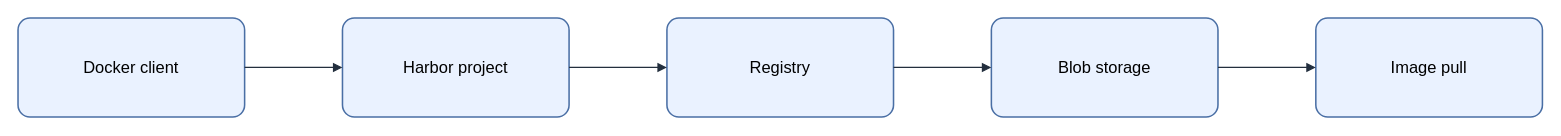
This is assets/img/registry/harbor-image-push-flow.drawio from KKamJi98/kkamji98.github.io, a draw.io file, before an edit. Source tidied: cells renumbered, new cells numbered last; positions are measured from the earlier drawing's top-left corner, leaving out a move shared by most shapes. Both pictures are drawn from the tidied source at 103%, with x=0, y=0 at pixel (18, 18).
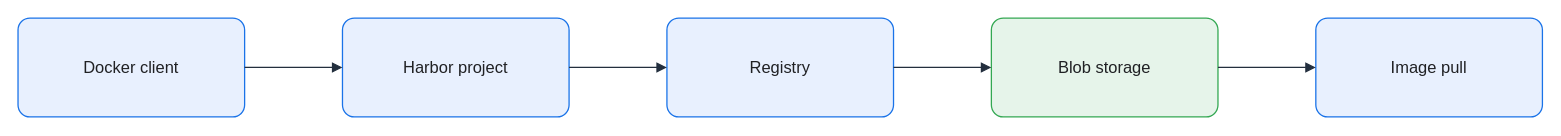
The same diagram, later.

Diff of the diagram source:
```diff
@@
 <mxGraphModel background="#FFFFFF">
   <root>
     <mxCell id="0" />
     <mxCell id="1" parent="0" />
-    <mxCell id="2" value="Docker client" style="rounded=1;arcSize=12;whiteSpace=wrap;html=0;fillColor=#EAF2FF;strokeColor=#4A6FA5;strokeWidth=1.5;fontColor=#000000;fontSize=16;align=center;verticalAlign=middle;spacing=8;shadow=0;" parent="1" vertex="1">
+    <mxCell id="2" value="Docker client" style="rounded=1;arcSize=12;whiteSpace=wrap;html=0;fillColor=#E8F0FE;strokeColor=#1A73E8;strokeWidth=1.25;fontColor=#202124;fontSize=16;align=center;verticalAlign=middle;spacing=8;shadow=0;" parent="1" vertex="1">
       <mxGeometry width="220" height="96" as="geometry" />
     </mxCell>
-    <mxCell id="3" value="Harbor project" style="rounded=1;arcSize=12;whiteSpace=wrap;html=0;fillColor=#EAF2FF;strokeColor=#4A6FA5;strokeWidth=1.5;fontColor=#000000;fontSize=16;align=center;verticalAlign=middle;spacing=8;shadow=0;" parent="1" vertex="1">
+    <mxCell id="3" value="Harbor project" style="rounded=1;arcSize=12;whiteSpace=wrap;html=0;fillColor=#E8F0FE;strokeColor=#1A73E8;strokeWidth=1.25;fontColor=#202124;fontSize=16;align=center;verticalAlign=middle;spacing=8;shadow=0;" parent="1" vertex="1">
       <mxGeometry x="315" width="220" height="96" as="geometry" />
     </mxCell>
-    <mxCell id="4" value="Registry" style="rounded=1;arcSize=12;whiteSpace=wrap;html=0;fillColor=#EAF2FF;strokeColor=#4A6FA5;strokeWidth=1.5;fontColor=#000000;fontSize=16;align=center;verticalAlign=middle;spacing=8;shadow=0;" parent="1" vertex="1">
+    <mxCell id="4" value="Registry" style="rounded=1;arcSize=12;whiteSpace=wrap;html=0;fillColor=#E8F0FE;strokeColor=#1A73E8;strokeWidth=1.25;fontColor=#202124;fontSize=16;align=center;verticalAlign=middle;spacing=8;shadow=0;" parent="1" vertex="1">
       <mxGeometry x="630" width="220" height="96" as="geometry" />
     </mxCell>
-    <mxCell id="5" value="Blob storage" style="rounded=1;arcSize=12;whiteSpace=wrap;html=0;fillColor=#EAF2FF;strokeColor=#4A6FA5;strokeWidth=1.5;fontColor=#000000;fontSize=16;align=center;verticalAlign=middle;spacing=8;shadow=0;" parent="1" vertex="1">
+    <mxCell id="5" value="Blob storage" style="rounded=1;arcSize=12;whiteSpace=wrap;html=0;fillColor=#E6F4EA;strokeColor=#34A853;strokeWidth=1.25;fontColor=#202124;fontSize=16;align=center;verticalAlign=middle;spacing=8;shadow=0;" parent="1" vertex="1">
       <mxGeometry x="945" width="220" height="96" as="geometry" />
     </mxCell>
-    <mxCell id="6" value="Image pull" style="rounded=1;arcSize=12;whiteSpace=wrap;html=0;fillColor=#EAF2FF;strokeColor=#4A6FA5;strokeWidth=1.5;fontColor=#000000;fontSize=16;align=center;verticalAlign=middle;spacing=8;shadow=0;" parent="1" vertex="1">
+    <mxCell id="6" value="Image pull" style="rounded=1;arcSize=12;whiteSpace=wrap;html=0;fillColor=#E8F0FE;strokeColor=#1A73E8;strokeWidth=1.25;fontColor=#202124;fontSize=16;align=center;verticalAlign=middle;spacing=8;shadow=0;" parent="1" vertex="1">
       <mxGeometry x="1260" width="220" height="96" as="geometry" />
     </mxCell>
-    <mxCell id="7" style="edgeStyle=orthogonalEdgeStyle;rounded=0;jettySize=auto;html=0;endArrow=block;endFill=1;strokeColor=#232F3E;strokeWidth=1.25;fontColor=#000000;labelBackgroundColor=none;exitX=1;exitY=0.5;exitDx=0;exitDy=0;entryX=0;entryY=0.5;entryDx=0;entryDy=0;" parent="1" edge="1" source="2" target="3">
+    <mxCell id="7" style="edgeStyle=orthogonalEdgeStyle;rounded=0;jettySize=auto;html=0;endArrow=block;endFill=1;strokeColor=#232F3E;strokeWidth=1.25;fontColor=#202124;labelBackgroundColor=none;exitX=1;exitY=0.5;exitDx=0;exitDy=0;entryX=0;entryY=0.5;entryDx=0;entryDy=0;endSize=7;" parent="1" edge="1" source="2" target="3">
       <mxGeometry relative="1" as="geometry" />
     </mxCell>
-    <mxCell id="8" style="edgeStyle=orthogonalEdgeStyle;rounded=0;jettySize=auto;html=0;endArrow=block;endFill=1;strokeColor=#232F3E;strokeWidth=1.25;fontColor=#000000;labelBackgroundColor=none;exitX=1;exitY=0.5;exitDx=0;exitDy=0;entryX=0;entryY=0.5;entryDx=0;entryDy=0;" parent="1" edge="1" source="3" target="4">
+    <mxCell id="8" style="edgeStyle=orthogonalEdgeStyle;rounded=0;jettySize=auto;html=0;endArrow=block;endFill=1;strokeColor=#232F3E;strokeWidth=1.25;fontColor=#202124;labelBackgroundColor=none;exitX=1;exitY=0.5;exitDx=0;exitDy=0;entryX=0;entryY=0.5;entryDx=0;entryDy=0;endSize=7;" parent="1" edge="1" source="3" target="4">
       <mxGeometry relative="1" as="geometry" />
     </mxCell>
-    <mxCell id="9" style="edgeStyle=orthogonalEdgeStyle;rounded=0;jettySize=auto;html=0;endArrow=block;endFill=1;strokeColor=#232F3E;strokeWidth=1.25;fontColor=#000000;labelBackgroundColor=none;exitX=1;exitY=0.5;exitDx=0;exitDy=0;entryX=0;entryY=0.5;entryDx=0;entryDy=0;" parent="1" edge="1" source="4" target="5">
+    <mxCell id="9" style="edgeStyle=orthogonalEdgeStyle;rounded=0;jettySize=auto;html=0;endArrow=block;endFill=1;strokeColor=#232F3E;strokeWidth=1.25;fontColor=#202124;labelBackgroundColor=none;exitX=1;exitY=0.5;exitDx=0;exitDy=0;entryX=0;entryY=0.5;entryDx=0;entryDy=0;endSize=7;" parent="1" edge="1" source="4" target="5">
       <mxGeometry relative="1" as="geometry" />
     </mxCell>
-    <mxCell id="10" style="edgeStyle=orthogonalEdgeStyle;rounded=0;jettySize=auto;html=0;endArrow=block;endFill=1;strokeColor=#232F3E;strokeWidth=1.25;fontColor=#000000;labelBackgroundColor=none;exitX=1;exitY=0.5;exitDx=0;exitDy=0;entryX=0;entryY=0.5;entryDx=0;entryDy=0;" parent="1" edge="1" source="5" target="6">
+    <mxCell id="10" style="edgeStyle=orthogonalEdgeStyle;rounded=0;jettySize=auto;html=0;endArrow=block;endFill=1;strokeColor=#232F3E;strokeWidth=1.25;fontColor=#202124;labelBackgroundColor=none;exitX=1;exitY=0.5;exitDx=0;exitDy=0;entryX=0;entryY=0.5;entryDx=0;entryDy=0;endSize=7;" parent="1" edge="1" source="5" target="6">
       <mxGeometry relative="1" as="geometry" />
     </mxCell>
   </root>
 </mxGraphModel>
```
